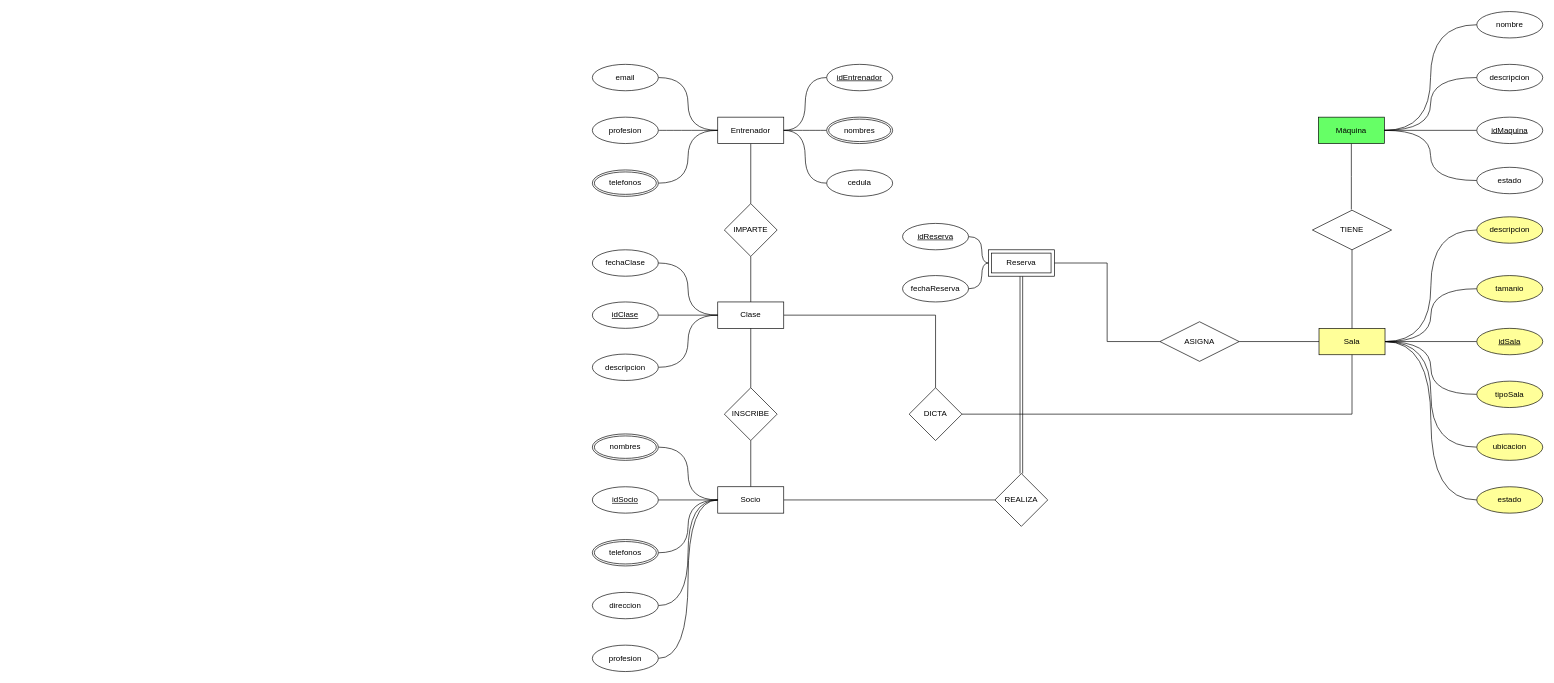
The draw.io diagram GIMNASIO.drawio in Isa4cc/BASE-DE-DATOS-I-DIAGRAMAS, before the edit. Source tidied: cells renumbered, new cells numbered last; positions are measured from the earlier drawing's top-left corner, leaving out a move shared by most shapes. Both pictures are drawn from the tidied source at 66%, with x=0, y=0 at pixel (592, 11).
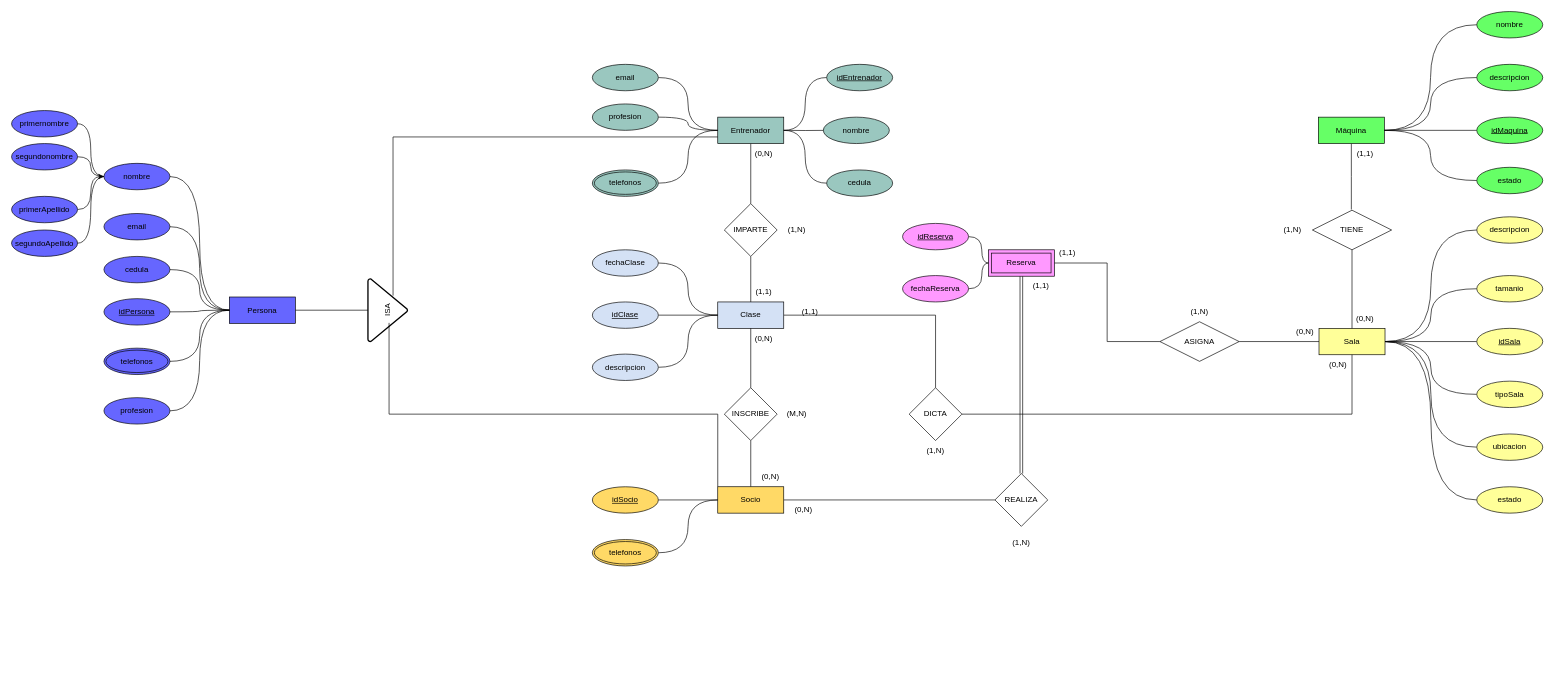
The same diagram, later.

The edit, as a diff of the source:
```diff
@@
-    <mxCell id="3" value="Entrenador" style="whiteSpace=wrap;html=1;align=center;fillColor=light-dark(#FFFFFF,#CC6600);" parent="1" vertex="1">
+    <mxCell id="3" value="Entrenador" style="whiteSpace=wrap;html=1;align=center;fillColor=light-dark(#9AC7BF,#CC6600);" parent="1" vertex="1">
       <mxGeometry x="190" y="160" width="100" height="40" as="geometry" />
     </mxCell>
@@
-    <mxCell id="13" value="Clase" style="whiteSpace=wrap;html=1;align=center;fillColor=light-dark(#FFFFFF,#67AB9F);" parent="1" vertex="1">
+    <mxCell id="13" value="Clase" style="whiteSpace=wrap;html=1;align=center;fillColor=light-dark(#D4E1F5,#67AB9F);" parent="1" vertex="1">
       <mxGeometry x="190" y="440" width="100" height="40" as="geometry" />
     </mxCell>
@@
-    <mxCell id="16" value="Socio" style="whiteSpace=wrap;html=1;align=center;fillColor=light-dark(#FFFFFF,#0066CC);" parent="1" vertex="1">
+    <mxCell id="16" value="Socio" style="whiteSpace=wrap;html=1;align=center;fillColor=light-dark(#FFD966,#0066CC);" parent="1" vertex="1">
       <mxGeometry x="190" y="720" width="100" height="40" as="geometry" />
     </mxCell>
@@
-    <mxCell id="26" value="idEntrenador" style="ellipse;whiteSpace=wrap;html=1;align=center;fontStyle=4;fillColor=light-dark(#FFFFFF,#CC6600);" parent="1" vertex="1">
+    <mxCell id="26" value="idEntrenador" style="ellipse;whiteSpace=wrap;html=1;align=center;fontStyle=4;fillColor=light-dark(#9AC7BF,#CC6600);" parent="1" vertex="1">
       <mxGeometry x="355" y="80" width="100" height="40" as="geometry" />
     </mxCell>
@@
-    <mxCell id="28" value="cedula" style="ellipse;whiteSpace=wrap;html=1;align=center;fillColor=light-dark(#FFFFFF,#CC6600);" parent="1" vertex="1">
+    <mxCell id="28" value="cedula" style="ellipse;whiteSpace=wrap;html=1;align=center;fillColor=light-dark(#9AC7BF,#CC6600);" parent="1" vertex="1">
       <mxGeometry x="355" y="240" width="100" height="40" as="geometry" />
     </mxCell>
-    <mxCell id="29" style="edgeStyle=orthogonalEdgeStyle;rounded=0;jettySize=auto;html=1;entryX=1;entryY=0.5;entryDx=0;entryDy=0;endArrow=none;endFill=0;curved=1;" parent="1" edge="1" source="30" target="3">
-      <mxGeometry relative="1" as="geometry" />
+    <mxCell id="29" style="edgeStyle=orthogonalEdgeStyle;rounded=0;jettySize=auto;html=1;entryX=1;entryY=0.5;entryDx=0;entryDy=0;endArrow=none;endFill=0;curved=1;" parent="1" edge="1" target="3">
+      <mxGeometry relative="1" as="geometry">
+        <mxPoint x="355" y="180" as="sourcePoint" />
+      </mxGeometry>
     </mxCell>
-    <mxCell id="30" value="nombres" style="ellipse;shape=doubleEllipse;margin=3;whiteSpace=wrap;html=1;align=center;fillColor=light-dark(#FFFFFF,#CC6600);" parent="1" vertex="1">
-      <mxGeometry x="355" y="160" width="100" height="40" as="geometry" />
-    </mxCell>
@@
-    <mxCell id="32" value="telefonos" style="ellipse;shape=doubleEllipse;margin=3;whiteSpace=wrap;html=1;align=center;fillColor=light-dark(#FFFFFF,#CC6600);" parent="1" vertex="1">
+    <mxCell id="32" value="telefonos" style="ellipse;shape=doubleEllipse;margin=3;whiteSpace=wrap;html=1;align=center;fillColor=light-dark(#9AC7BF,#CC6600);" parent="1" vertex="1">
       <mxGeometry y="240" width="100" height="40" as="geometry" />
     </mxCell>
@@
-    <mxCell id="34" value="profesion" style="ellipse;whiteSpace=wrap;html=1;align=center;fillColor=light-dark(#FFFFFF,#CC6600);" parent="1" vertex="1">
-      <mxGeometry y="160" width="100" height="40" as="geometry" />
+    <mxCell id="34" value="profesion" style="ellipse;whiteSpace=wrap;html=1;align=center;fillColor=light-dark(#9AC7BF,#CC6600);" parent="1" vertex="1">
+      <mxGeometry y="140" width="100" height="40" as="geometry" />
     </mxCell>
@@
-    <mxCell id="36" value="email" style="ellipse;whiteSpace=wrap;html=1;align=center;fillColor=light-dark(#FFFFFF,#CC6600);" parent="1" vertex="1">
+    <mxCell id="36" value="email" style="ellipse;whiteSpace=wrap;html=1;align=center;fillColor=light-dark(#9AC7BF,#CC6600);" parent="1" vertex="1">
       <mxGeometry y="80" width="100" height="40" as="geometry" />
     </mxCell>
@@
-    <mxCell id="38" value="idClase" style="ellipse;whiteSpace=wrap;html=1;align=center;fontStyle=4;fillColor=light-dark(#FFFFFF,#67AB9F);" parent="1" vertex="1">
+    <mxCell id="38" value="idClase" style="ellipse;whiteSpace=wrap;html=1;align=center;fontStyle=4;fillColor=light-dark(#D4E1F5,#67AB9F);" parent="1" vertex="1">
       <mxGeometry y="440" width="100" height="40" as="geometry" />
     </mxCell>
@@
-    <mxCell id="40" value="fechaClase" style="ellipse;whiteSpace=wrap;html=1;align=center;fillColor=light-dark(#FFFFFF,#67AB9F);" parent="1" vertex="1">
+    <mxCell id="40" value="fechaClase" style="ellipse;whiteSpace=wrap;html=1;align=center;fillColor=light-dark(#D4E1F5,#67AB9F);" parent="1" vertex="1">
       <mxGeometry y="361" width="100" height="40" as="geometry" />
     </mxCell>
@@
-    <mxCell id="42" value="descripcion" style="ellipse;whiteSpace=wrap;html=1;align=center;fillColor=light-dark(#FFFFFF,#67AB9F);" parent="1" vertex="1">
+    <mxCell id="42" value="descripcion" style="ellipse;whiteSpace=wrap;html=1;align=center;fillColor=light-dark(#D4E1F5,#67AB9F);" parent="1" vertex="1">
       <mxGeometry y="519" width="100" height="40" as="geometry" />
     </mxCell>
@@
-    <mxCell id="44" value="idSocio" style="ellipse;whiteSpace=wrap;html=1;align=center;fontStyle=4;fillColor=light-dark(#FFFFFF,#0066CC);" parent="1" vertex="1">
+    <mxCell id="44" value="idSocio" style="ellipse;whiteSpace=wrap;html=1;align=center;fontStyle=4;fillColor=light-dark(#FFD966,#0066CC);" parent="1" vertex="1">
       <mxGeometry y="720" width="100" height="40" as="geometry" />
     </mxCell>
-    <mxCell id="45" style="edgeStyle=orthogonalEdgeStyle;rounded=0;jettySize=auto;html=1;entryX=0;entryY=0.5;entryDx=0;entryDy=0;curved=1;endArrow=none;endFill=0;" parent="1" edge="1" source="46" target="16">
-      <mxGeometry relative="1" as="geometry" />
-    </mxCell>
-    <mxCell id="46" value="nombres" style="ellipse;shape=doubleEllipse;margin=3;whiteSpace=wrap;html=1;align=center;fillColor=light-dark(#FFFFFF,#0066CC);" parent="1" vertex="1">
-      <mxGeometry y="640" width="100" height="40" as="geometry" />
-    </mxCell>
@@
-    <mxCell id="48" value="telefonos" style="ellipse;shape=doubleEllipse;margin=3;whiteSpace=wrap;html=1;align=center;fillColor=light-dark(#FFFFFF,#0066CC);" parent="1" vertex="1">
+    <mxCell id="48" value="telefonos" style="ellipse;shape=doubleEllipse;margin=3;whiteSpace=wrap;html=1;align=center;fillColor=light-dark(#FFD966,#0066CC);" parent="1" vertex="1">
       <mxGeometry y="800" width="100" height="40" as="geometry" />
     </mxCell>
-    <mxCell id="49" style="edgeStyle=orthogonalEdgeStyle;rounded=0;jettySize=auto;html=1;entryX=0;entryY=0.5;entryDx=0;entryDy=0;endArrow=none;endFill=0;curved=1;" parent="1" edge="1" source="50" target="16">
-      <mxGeometry relative="1" as="geometry" />
-    </mxCell>
-    <mxCell id="50" value="direccion" style="ellipse;whiteSpace=wrap;html=1;align=center;fillColor=light-dark(#FFFFFF,#0066CC);" parent="1" vertex="1">
-      <mxGeometry y="880" width="100" height="40" as="geometry" />
-    </mxCell>
-    <mxCell id="51" style="edgeStyle=orthogonalEdgeStyle;rounded=0;jettySize=auto;html=1;entryX=0;entryY=0.5;entryDx=0;entryDy=0;endArrow=none;endFill=0;curved=1;" parent="1" edge="1" source="52" target="16">
-      <mxGeometry relative="1" as="geometry" />
-    </mxCell>
-    <mxCell id="52" value="profesion" style="ellipse;whiteSpace=wrap;html=1;align=center;fillColor=light-dark(#FFFFFF,#0066CC);" parent="1" vertex="1">
-      <mxGeometry y="960" width="100" height="40" as="geometry" />
-    </mxCell>
@@
-    <mxCell id="66" value="idMaquina" style="ellipse;whiteSpace=wrap;html=1;align=center;fontStyle=4;fillColor=light-dark(#FFFFFF,#005D00);" parent="1" vertex="1">
+    <mxCell id="66" value="idMaquina" style="ellipse;whiteSpace=wrap;html=1;align=center;fontStyle=4;fillColor=light-dark(#66FF66,#005D00);" parent="1" vertex="1">
       <mxGeometry x="1340" y="160" width="100" height="40" as="geometry" />
     </mxCell>
@@
-    <mxCell id="68" value="descripcion" style="ellipse;whiteSpace=wrap;html=1;align=center;fillColor=light-dark(#FFFFFF,#005D00);" parent="1" vertex="1">
+    <mxCell id="68" value="descripcion" style="ellipse;whiteSpace=wrap;html=1;align=center;fillColor=light-dark(#66FF66,#005D00);" parent="1" vertex="1">
       <mxGeometry x="1340" y="80" width="100" height="40" as="geometry" />
     </mxCell>
@@
-    <mxCell id="70" value="estado" style="ellipse;whiteSpace=wrap;html=1;align=center;fillColor=light-dark(#FFFFFF,#005D00);" parent="1" vertex="1">
+    <mxCell id="70" value="estado" style="ellipse;whiteSpace=wrap;html=1;align=center;fillColor=light-dark(#66FF66,#005D00);" parent="1" vertex="1">
       <mxGeometry x="1340" y="236" width="100" height="40" as="geometry" />
     </mxCell>
@@
-    <mxCell id="72" value="nombre" style="ellipse;whiteSpace=wrap;html=1;align=center;fillColor=light-dark(#FFFFFF,#005D00);" parent="1" vertex="1">
+    <mxCell id="72" value="nombre" style="ellipse;whiteSpace=wrap;html=1;align=center;fillColor=light-dark(#66FF66,#005D00);" parent="1" vertex="1">
       <mxGeometry x="1340" width="100" height="40" as="geometry" />
     </mxCell>
-    <mxCell id="73" value="Reserva" style="shape=ext;margin=3;double=1;whiteSpace=wrap;html=1;align=center;fillColor=light-dark(#FFFFFF,#7F00FF);" parent="1" vertex="1">
+    <mxCell id="73" value="Reserva" style="shape=ext;margin=3;double=1;whiteSpace=wrap;html=1;align=center;fillColor=light-dark(#FF99FF,#7F00FF);" parent="1" vertex="1">
       <mxGeometry x="600" y="361" width="100" height="40" as="geometry" />
     </mxCell>
@@
-    <mxCell id="75" value="idReserva" style="ellipse;whiteSpace=wrap;html=1;align=center;fontStyle=20;fillColor=light-dark(#FFFFFF,#7F00FF);" parent="1" vertex="1">
+    <mxCell id="75" value="idReserva" style="ellipse;whiteSpace=wrap;html=1;align=center;fontStyle=20;fillColor=light-dark(#FF99FF,#7F00FF);" parent="1" vertex="1">
       <mxGeometry x="470" y="321" width="100" height="40" as="geometry" />
     </mxCell>
@@
-    <mxCell id="77" value="fechaReserva" style="ellipse;whiteSpace=wrap;html=1;align=center;fillColor=light-dark(#FFFFFF,#7F00FF);" parent="1" vertex="1">
+    <mxCell id="77" value="fechaReserva" style="ellipse;whiteSpace=wrap;html=1;align=center;fillColor=light-dark(#FF99FF,#7F00FF);" parent="1" vertex="1">
       <mxGeometry x="470" y="400" width="100" height="40" as="geometry" />
     </mxCell>
+    <mxCell id="78" value="(0,N)" style="text;html=1;whiteSpace=wrap;strokeColor=none;fillColor=none;align=center;verticalAlign=middle;rounded=0;" parent="1" vertex="1">
+      <mxGeometry x="230" y="200" width="60" height="30" as="geometry" />
+    </mxCell>
+    <mxCell id="79" value="(1,1)" style="text;html=1;whiteSpace=wrap;strokeColor=none;fillColor=none;align=center;verticalAlign=middle;rounded=0;" parent="1" vertex="1">
+      <mxGeometry x="230" y="410" width="60" height="30" as="geometry" />
+    </mxCell>
+    <mxCell id="80" value="(0,N)" style="text;html=1;whiteSpace=wrap;strokeColor=none;fillColor=none;align=center;verticalAlign=middle;rounded=0;" parent="1" vertex="1">
+      <mxGeometry x="240" y="690" width="60" height="30" as="geometry" />
+    </mxCell>
+    <mxCell id="81" value="(0,N)" style="text;html=1;whiteSpace=wrap;strokeColor=none;fillColor=none;align=center;verticalAlign=middle;rounded=0;" parent="1" vertex="1">
+      <mxGeometry x="230" y="480" width="60" height="30" as="geometry" />
+    </mxCell>
+    <mxCell id="82" value="(1,N)" style="text;html=1;whiteSpace=wrap;strokeColor=none;fillColor=none;align=center;verticalAlign=middle;rounded=0;" parent="1" vertex="1">
+      <mxGeometry x="280" y="316" width="60" height="30" as="geometry" />
+    </mxCell>
+    <mxCell id="83" value="(M,N)" style="text;html=1;whiteSpace=wrap;strokeColor=none;fillColor=none;align=center;verticalAlign=middle;rounded=0;" parent="1" vertex="1">
+      <mxGeometry x="280" y="595" width="60" height="30" as="geometry" />
+    </mxCell>
+    <mxCell id="84" value="(1,1)" style="text;html=1;whiteSpace=wrap;strokeColor=none;fillColor=none;align=center;verticalAlign=middle;rounded=0;" parent="1" vertex="1">
+      <mxGeometry x="300" y="440" width="60" height="30" as="geometry" />
+    </mxCell>
+    <mxCell id="85" value="(0,N)" style="text;html=1;whiteSpace=wrap;strokeColor=none;fillColor=none;align=center;verticalAlign=middle;rounded=0;" parent="1" vertex="1">
+      <mxGeometry x="1100" y="520" width="60" height="30" as="geometry" />
+    </mxCell>
+    <mxCell id="86" value="(1,N)" style="text;html=1;whiteSpace=wrap;strokeColor=none;fillColor=none;align=center;verticalAlign=middle;rounded=0;" parent="1" vertex="1">
+      <mxGeometry x="490" y="650" width="60" height="30" as="geometry" />
+    </mxCell>
+    <mxCell id="87" value="(0,N)" style="text;html=1;whiteSpace=wrap;strokeColor=none;fillColor=none;align=center;verticalAlign=middle;rounded=0;" parent="1" vertex="1">
+      <mxGeometry x="1141" y="450" width="60" height="30" as="geometry" />
+    </mxCell>
+    <mxCell id="88" value="(1,1)" style="text;html=1;whiteSpace=wrap;strokeColor=none;fillColor=none;align=center;verticalAlign=middle;rounded=0;" parent="1" vertex="1">
+      <mxGeometry x="1141" y="200" width="60" height="30" as="geometry" />
+    </mxCell>
+    <mxCell id="89" value="(1,N)" style="text;html=1;whiteSpace=wrap;strokeColor=none;fillColor=none;align=center;verticalAlign=middle;rounded=0;" parent="1" vertex="1">
+      <mxGeometry x="1031" y="316" width="60" height="30" as="geometry" />
+    </mxCell>
+    <mxCell id="90" value="(0,N)" style="text;html=1;whiteSpace=wrap;strokeColor=none;fillColor=none;align=center;verticalAlign=middle;rounded=0;" parent="1" vertex="1">
+      <mxGeometry x="290" y="740" width="60" height="30" as="geometry" />
+    </mxCell>
+    <mxCell id="91" value="(1,N)" style="text;html=1;whiteSpace=wrap;strokeColor=none;fillColor=none;align=center;verticalAlign=middle;rounded=0;" parent="1" vertex="1">
+      <mxGeometry x="620" y="790" width="60" height="30" as="geometry" />
+    </mxCell>
+    <mxCell id="92" value="(1,1)" style="text;html=1;whiteSpace=wrap;strokeColor=none;fillColor=none;align=center;verticalAlign=middle;rounded=0;" parent="1" vertex="1">
+      <mxGeometry x="650" y="400" width="60" height="30" as="geometry" />
+    </mxCell>
+    <mxCell id="93" value="(1,1)" style="text;html=1;whiteSpace=wrap;strokeColor=none;fillColor=none;align=center;verticalAlign=middle;rounded=0;" parent="1" vertex="1">
+      <mxGeometry x="690" y="351" width="60" height="30" as="geometry" />
+    </mxCell>
+    <mxCell id="94" value="(0,N)" style="text;html=1;whiteSpace=wrap;strokeColor=none;fillColor=none;align=center;verticalAlign=middle;rounded=0;" parent="1" vertex="1">
+      <mxGeometry x="1050" y="470" width="60" height="30" as="geometry" />
+    </mxCell>
+    <mxCell id="95" value="(1,N)" style="text;html=1;whiteSpace=wrap;strokeColor=none;fillColor=none;align=center;verticalAlign=middle;rounded=0;" parent="1" vertex="1">
+      <mxGeometry x="890" y="440" width="60" height="30" as="geometry" />
+    </mxCell>
+    <mxCell id="96" value="nombre" style="ellipse;whiteSpace=wrap;html=1;align=center;fillColor=light-dark(#9AC7BF,#99004D);" parent="1" vertex="1">
+      <mxGeometry x="350" y="160" width="100" height="40" as="geometry" />
+    </mxCell>
+    <mxCell id="97" value="ISA" style="strokeWidth=2;html=1;shape=mxgraph.flowchart.merge_or_storage;whiteSpace=wrap;rotation=-90;" parent="1" vertex="1">
+      <mxGeometry x="-357.5" y="422.5" width="95" height="60" as="geometry" />
+    </mxCell>
+    <mxCell id="98" style="edgeStyle=orthogonalEdgeStyle;rounded=0;jettySize=auto;html=1;exitX=0;exitY=0.75;exitDx=0;exitDy=0;entryX=0.732;entryY=0.634;entryDx=0;entryDy=0;entryPerimeter=0;endArrow=none;endFill=0;" parent="1" edge="1" source="3" target="97">
+      <mxGeometry relative="1" as="geometry" />
+    </mxCell>
+    <mxCell id="99" style="edgeStyle=orthogonalEdgeStyle;rounded=0;jettySize=auto;html=1;exitX=0;exitY=0;exitDx=0;exitDy=0;entryX=0.298;entryY=0.533;entryDx=0;entryDy=0;entryPerimeter=0;endArrow=none;endFill=0;" parent="1" edge="1" source="16" target="97">
+      <mxGeometry relative="1" as="geometry" />
+    </mxCell>
+    <mxCell id="100" style="edgeStyle=orthogonalEdgeStyle;rounded=0;jettySize=auto;html=1;endArrow=none;endFill=0;" parent="1" edge="1" source="101" target="97">
+      <mxGeometry relative="1" as="geometry" />
+    </mxCell>
+    <mxCell id="101" value="Persona" style="whiteSpace=wrap;html=1;align=center;fillColor=#6666FF;" parent="1" vertex="1">
+      <mxGeometry x="-550" y="432.5" width="100" height="40" as="geometry" />
+    </mxCell>
+    <mxCell id="102" style="edgeStyle=orthogonalEdgeStyle;rounded=0;jettySize=auto;html=1;entryX=0;entryY=0.5;entryDx=0;entryDy=0;curved=1;curveGeometry=1;endArrow=none;endFill=0;" parent="1" edge="1" source="103" target="101">
+      <mxGeometry relative="1" as="geometry" />
+    </mxCell>
+    <mxCell id="103" value="cedula" style="ellipse;whiteSpace=wrap;html=1;align=center;fillColor=#6666FF;" parent="1" vertex="1">
+      <mxGeometry x="-740" y="371" width="100" height="40" as="geometry" />
+    </mxCell>
+    <mxCell id="104" style="edgeStyle=orthogonalEdgeStyle;rounded=0;jettySize=auto;html=1;entryX=0;entryY=0.5;entryDx=0;entryDy=0;curved=1;curveGeometry=1;endArrow=none;endFill=0;" parent="1" edge="1" source="105" target="101">
+      <mxGeometry relative="1" as="geometry" />
+    </mxCell>
+    <mxCell id="105" value="telefonos" style="ellipse;shape=doubleEllipse;margin=3;whiteSpace=wrap;html=1;align=center;fillColor=#6666FF;" parent="1" vertex="1">
+      <mxGeometry x="-740" y="510" width="100" height="40" as="geometry" />
+    </mxCell>
+    <mxCell id="106" style="edgeStyle=orthogonalEdgeStyle;rounded=0;jettySize=auto;html=1;entryX=0;entryY=0.5;entryDx=0;entryDy=0;curved=1;curveGeometry=1;endArrow=none;endFill=0;" parent="1" edge="1" source="52" target="101">
+      <mxGeometry relative="1" as="geometry" />
+    </mxCell>
+    <mxCell id="52" value="profesion" style="ellipse;whiteSpace=wrap;html=1;align=center;fillColor=#6666FF;" parent="1" vertex="1">
+      <mxGeometry x="-740" y="585" width="100" height="40" as="geometry" />
+    </mxCell>
+    <mxCell id="107" style="edgeStyle=orthogonalEdgeStyle;rounded=0;jettySize=auto;html=1;entryX=0;entryY=0.5;entryDx=0;entryDy=0;curved=1;curveGeometry=1;endArrow=none;endFill=0;" parent="1" edge="1" source="108" target="101">
+      <mxGeometry relative="1" as="geometry" />
+    </mxCell>
+    <mxCell id="108" value="email" style="ellipse;whiteSpace=wrap;html=1;align=center;fillColor=#6666FF;" parent="1" vertex="1">
+      <mxGeometry x="-740" y="306" width="100" height="40" as="geometry" />
+    </mxCell>
+    <mxCell id="109" style="edgeStyle=orthogonalEdgeStyle;rounded=0;jettySize=auto;html=1;entryX=0;entryY=0.5;entryDx=0;entryDy=0;curved=1;curveGeometry=1;endArrow=none;endFill=0;" parent="1" edge="1" source="110" target="101">
+      <mxGeometry relative="1" as="geometry" />
+    </mxCell>
+    <mxCell id="110" value="nombre" style="ellipse;whiteSpace=wrap;html=1;align=center;fillColor=#6666FF;" parent="1" vertex="1">
+      <mxGeometry x="-740" y="230" width="100" height="40" as="geometry" />
+    </mxCell>
+    <mxCell id="111" style="edgeStyle=orthogonalEdgeStyle;rounded=0;jettySize=auto;html=1;endArrow=none;endFill=0;curved=1;curveGeometry=1;" parent="1" edge="1" source="112" target="101">
+      <mxGeometry relative="1" as="geometry" />
+    </mxCell>
+    <mxCell id="112" value="idPersona" style="ellipse;whiteSpace=wrap;html=1;align=center;fontStyle=4;fillColor=#6666FF;" parent="1" vertex="1">
+      <mxGeometry x="-740" y="435" width="100" height="40" as="geometry" />
+    </mxCell>
+    <mxCell id="113" style="edgeStyle=orthogonalEdgeStyle;rounded=0;jettySize=auto;html=1;entryX=0;entryY=0.5;entryDx=0;entryDy=0;curved=1;curveGeometry=1;endArrow=none;endFill=0;" parent="1" edge="1" source="114" target="110">
+      <mxGeometry relative="1" as="geometry" />
+    </mxCell>
+    <mxCell id="114" value="primernombre" style="ellipse;whiteSpace=wrap;html=1;align=center;fillColor=#6666FF;" parent="1" vertex="1">
+      <mxGeometry x="-880" y="150" width="100" height="40" as="geometry" />
+    </mxCell>
+    <mxCell id="115" style="edgeStyle=orthogonalEdgeStyle;rounded=0;jettySize=auto;html=1;entryX=0;entryY=0.5;entryDx=0;entryDy=0;endArrow=none;endFill=0;curved=1;curveGeometry=1;" parent="1" edge="1" source="116" target="110">
+      <mxGeometry relative="1" as="geometry" />
+    </mxCell>
+    <mxCell id="116" value="segundonombre" style="ellipse;whiteSpace=wrap;html=1;align=center;fillColor=#6666FF;" parent="1" vertex="1">
+      <mxGeometry x="-880" y="200" width="100" height="40" as="geometry" />
+    </mxCell>
+    <mxCell id="117" style="edgeStyle=orthogonalEdgeStyle;rounded=0;jettySize=auto;html=1;entryX=0;entryY=0.5;entryDx=0;entryDy=0;curved=1;curveGeometry=1;" parent="1" edge="1" source="118" target="110">
+      <mxGeometry relative="1" as="geometry" />
+    </mxCell>
+    <mxCell id="118" value="primerApellido" style="ellipse;whiteSpace=wrap;html=1;align=center;fillColor=#6666FF;" parent="1" vertex="1">
+      <mxGeometry x="-880" y="280" width="100" height="40" as="geometry" />
+    </mxCell>
+    <mxCell id="119" style="edgeStyle=orthogonalEdgeStyle;rounded=0;jettySize=auto;html=1;entryX=0;entryY=0.5;entryDx=0;entryDy=0;endArrow=none;endFill=0;curved=1;curveGeometry=1;" parent="1" edge="1" source="120" target="110">
+      <mxGeometry relative="1" as="geometry" />
+    </mxCell>
+    <mxCell id="120" value="segundoApellido" style="ellipse;whiteSpace=wrap;html=1;align=center;fillColor=#6666FF;" parent="1" vertex="1">
+      <mxGeometry x="-880" y="331" width="100" height="40" as="geometry" />
+    </mxCell>
```
